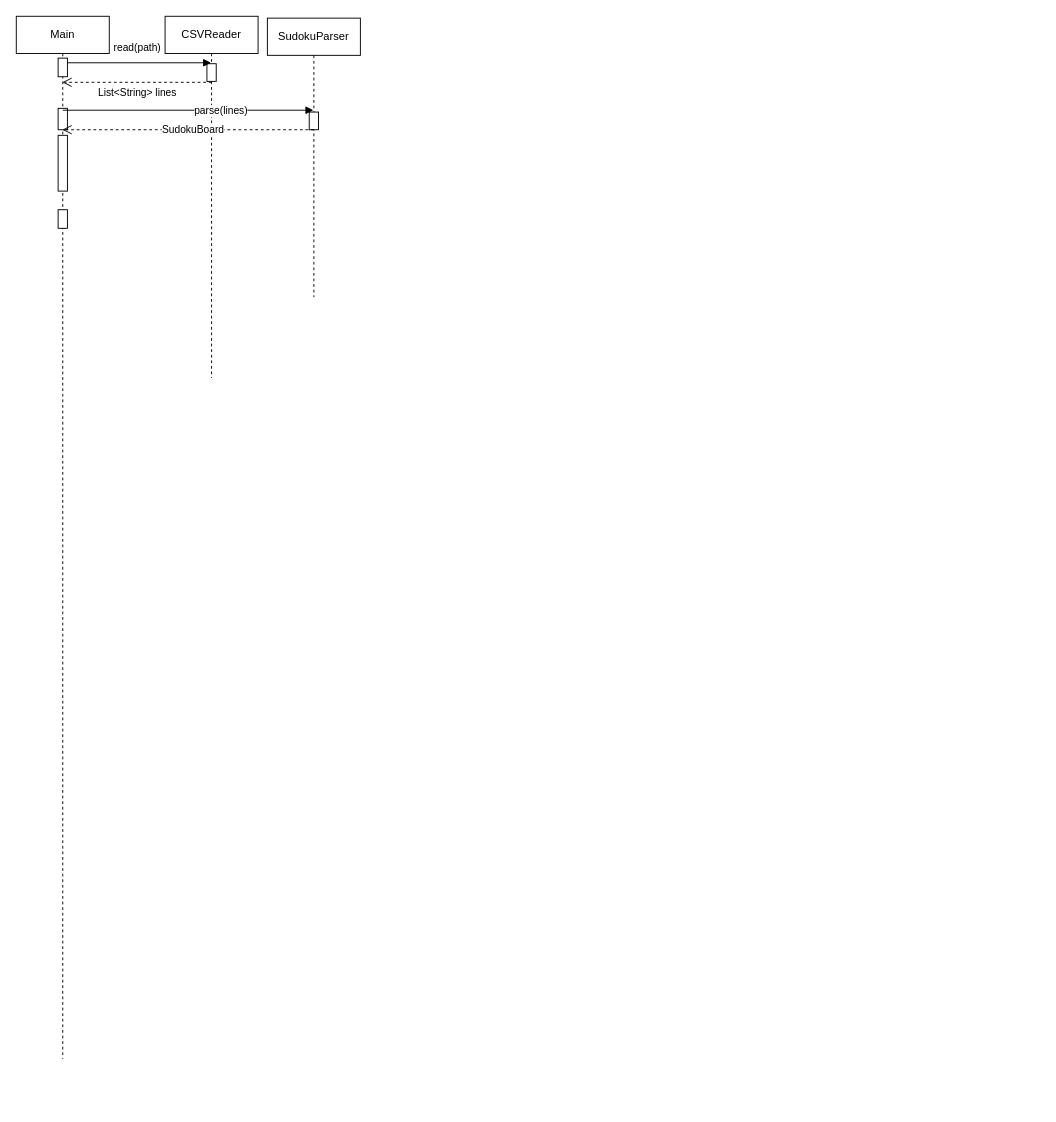
Above: diagrams/mode3 sequence diagram.drawio in Smook-e/Prog_lab9 (draw.io), before the change. Source tidied: cells renumbered, new cells numbered last; positions are measured from the earlier drawing's top-left corner, leaving out a move shared by most shapes. Both pictures are drawn from the tidied source at 93%, with x=0, y=0 at pixel (16, 16).
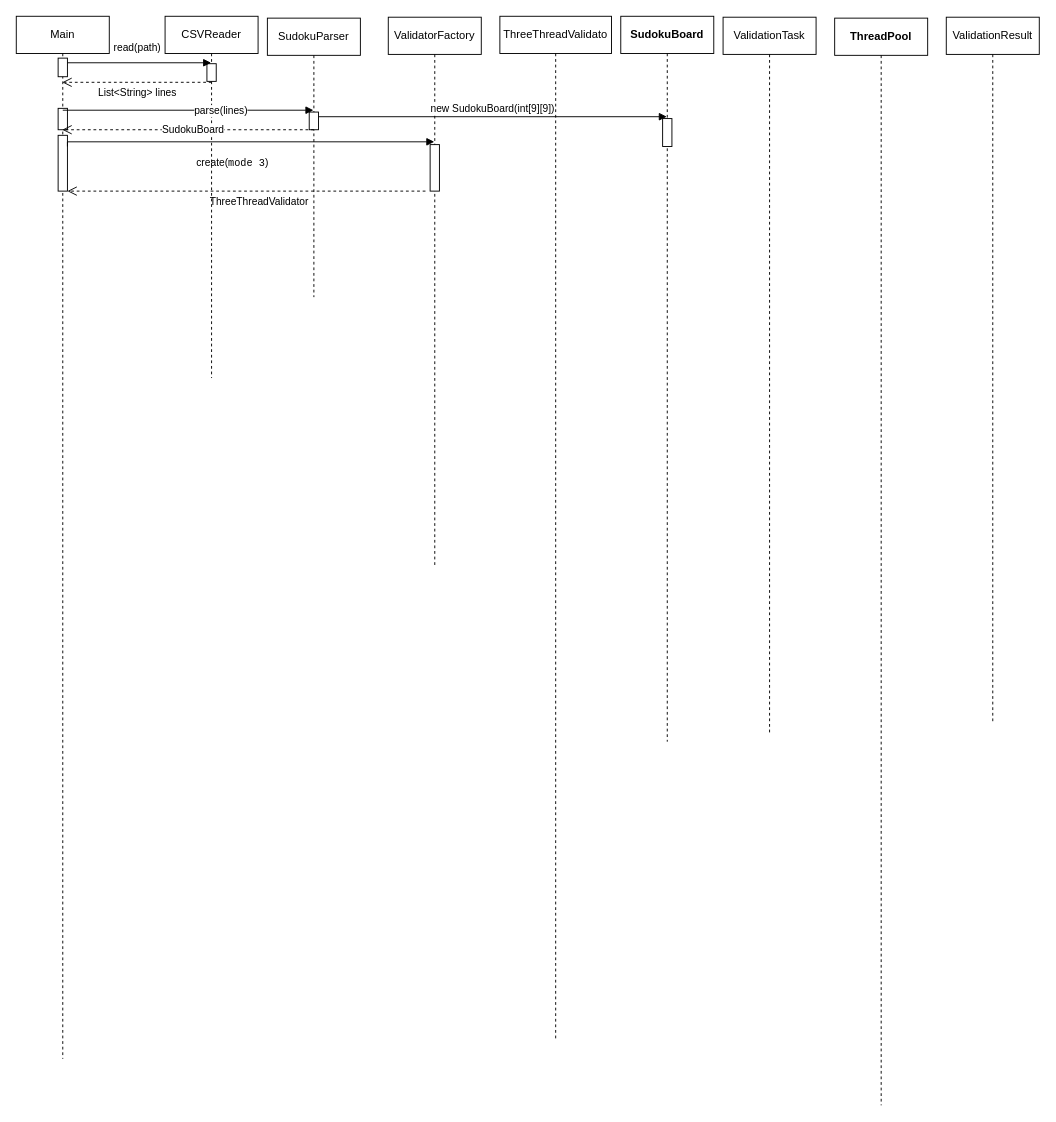
The same diagram, later.

Commit message:
add objects lifeline

Unchanged cells that the change refers to:
```xml
<mxCell id="2" value="Main" style="shape=umlLifeline;perimeter=lifelinePerimeter;whiteSpace=wrap;html=1;outlineConnect=0;portConstraint=eastwest;newEdgeStyle={&quot;curved&quot;:0,&quot;rounded&quot;:0};" parent="1" vertex="1">
  <mxGeometry width="100" height="1121" as="geometry" />
</mxCell>
<mxCell id="3" style="html=1;points=[[0,0,0,0,5],[0,1,0,0,-5],[1,0,0,0,5],[1,1,0,0,-5]];perimeter=orthogonalPerimeter;outlineConnect=0;targetShapes=umlLifeline;portConstraint=eastwest;newEdgeStyle={&quot;curved&quot;:0,&quot;rounded&quot;:0};" parent="2" vertex="1">
  <mxGeometry x="45" y="128" width="10" height="60" as="geometry" />
</mxCell>
<mxCell id="12" style="html=1;points=[[0,0,0,0,5],[0,1,0,0,-5],[1,0,0,0,5],[1,1,0,0,-5]];perimeter=orthogonalPerimeter;outlineConnect=0;targetShapes=umlLifeline;portConstraint=eastwest;newEdgeStyle={&quot;curved&quot;:0,&quot;rounded&quot;:0};" parent="11" vertex="1">
  <mxGeometry x="45" y="101" width="10" height="19" as="geometry" />
</mxCell>
```

Change to the diagram source:
```diff
@@
-    <mxCell id="4" style="html=1;perimeter=orthogonalPerimeter;targetShapes=umlLifeline;newEdgeStyle={&quot;curved&quot;:0,&quot;rounded&quot;:0};" parent="2" vertex="1">
-      <mxGeometry x="45" y="208" width="10" height="20" as="geometry" />
-    </mxCell>
@@
+    <mxCell id="15" value="ValidatorFactory" style="shape=umlLifeline;perimeter=lifelinePerimeter;whiteSpace=wrap;html=1;newEdgeStyle={&quot;curved&quot;:0,&quot;rounded&quot;:0};" parent="1" vertex="1">
+      <mxGeometry x="400" y="1" width="100" height="590" as="geometry" />
+    </mxCell>
+    <mxCell id="16" style="html=1;perimeter=orthogonalPerimeter;targetShapes=umlLifeline;newEdgeStyle={&quot;curved&quot;:0,&quot;rounded&quot;:0};" parent="15" vertex="1">
+      <mxGeometry x="45" y="137" width="10" height="50" as="geometry" />
+    </mxCell>
+    <mxCell id="17" value="ThreeThreadValidato" style="shape=umlLifeline;perimeter=lifelinePerimeter;whiteSpace=wrap;html=1;newEdgeStyle={&quot;curved&quot;:0,&quot;rounded&quot;:0};" parent="1" vertex="1">
+      <mxGeometry x="520" width="120" height="1101" as="geometry" />
+    </mxCell>
+    <mxCell id="18" value="&lt;strong&gt;SudokuBoard&lt;/strong&gt;" style="shape=umlLifeline;perimeter=lifelinePerimeter;whiteSpace=wrap;html=1;outlineConnect=0;portConstraint=eastwest;newEdgeStyle={&quot;curved&quot;:0,&quot;rounded&quot;:0};" parent="1" vertex="1">
+      <mxGeometry x="650" width="100" height="780" as="geometry" />
+    </mxCell>
+    <mxCell id="19" style="html=1;perimeter=orthogonalPerimeter;targetShapes=umlLifeline;newEdgeStyle={&quot;curved&quot;:0,&quot;rounded&quot;:0};" parent="18" vertex="1">
+      <mxGeometry x="45" y="110" width="10" height="30" as="geometry" />
+    </mxCell>
+    <mxCell id="20" value="ValidationTask" style="shape=umlLifeline;perimeter=lifelinePerimeter;whiteSpace=wrap;html=1;newEdgeStyle={&quot;curved&quot;:0,&quot;rounded&quot;:0};" parent="1" vertex="1">
+      <mxGeometry x="760" y="1" width="100" height="770" as="geometry" />
+    </mxCell>
+    <mxCell id="21" value="&lt;strong&gt;ThreadPool&lt;/strong&gt;" style="shape=umlLifeline;perimeter=lifelinePerimeter;whiteSpace=wrap;html=1;newEdgeStyle={&quot;curved&quot;:0,&quot;rounded&quot;:0};" parent="1" vertex="1">
+      <mxGeometry x="880" y="2" width="100" height="1169" as="geometry" />
+    </mxCell>
+    <mxCell id="22" value="ValidationResult" style="shape=umlLifeline;perimeter=lifelinePerimeter;whiteSpace=wrap;html=1;newEdgeStyle={&quot;curved&quot;:0,&quot;rounded&quot;:0};" parent="1" vertex="1">
+      <mxGeometry x="1000" y="1" width="100" height="760" as="geometry" />
+    </mxCell>
+    <mxCell id="23" value="create(&lt;code&gt;mode 3&lt;/code&gt;)" style="endArrow=block;endFill=1;html=1;edgeStyle=orthogonalEdgeStyle;align=left;verticalAlign=top;rounded=0;exitX=1;exitY=0;exitDx=0;exitDy=5;exitPerimeter=0;" parent="1" edge="1">
+      <mxGeometry x="-0.29" y="-10" relative="1" as="geometry">
+        <mxPoint x="55" y="140" as="sourcePoint" />
+        <mxPoint x="449.5" y="135" as="targetPoint" />
+        <Array as="points">
+          <mxPoint x="55" y="135" />
+        </Array>
+      </mxGeometry>
+    </mxCell>
+    <mxCell id="24" value="ThreeThreadValidator" style="html=1;verticalAlign=bottom;endArrow=open;dashed=1;endSize=8;curved=0;rounded=0;" parent="1" edge="1" target="3">
+      <mxGeometry x="-0.07" y="20" relative="1" as="geometry">
+        <mxPoint x="440" y="188" as="sourcePoint" />
+      </mxGeometry>
+    </mxCell>
@@
+    <mxCell id="25" value="new SudokuBoard(int[9][9])" style="html=1;verticalAlign=bottom;endArrow=block;curved=0;rounded=0;exitX=1;exitY=0;exitDx=0;exitDy=5;exitPerimeter=0;" parent="1" edge="1" source="12" target="18">
+      <mxGeometry relative="1" as="geometry" />
+    </mxCell>
```
